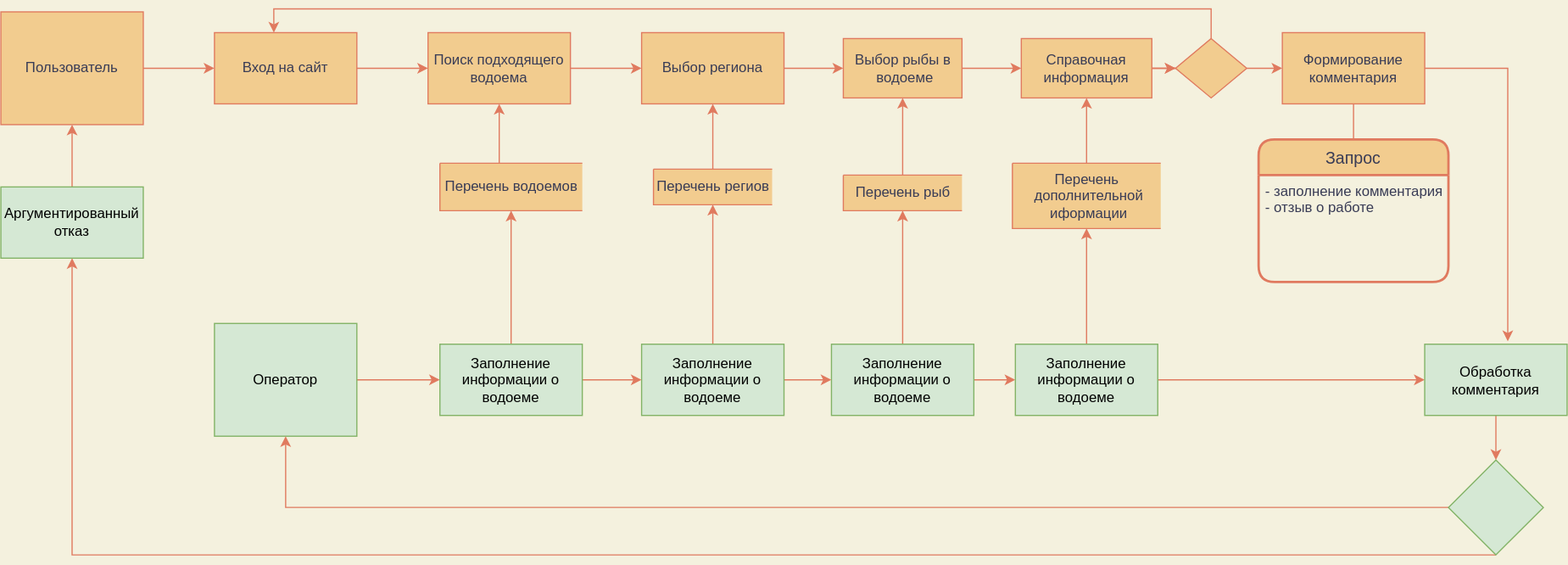
Above: DFD latest.svg in Gsuslov/site (draw.io), before the change. Source tidied: cells renumbered, new cells last; positions are measured from the earlier drawing's top-left corner, leaving out a move shared by most shapes.
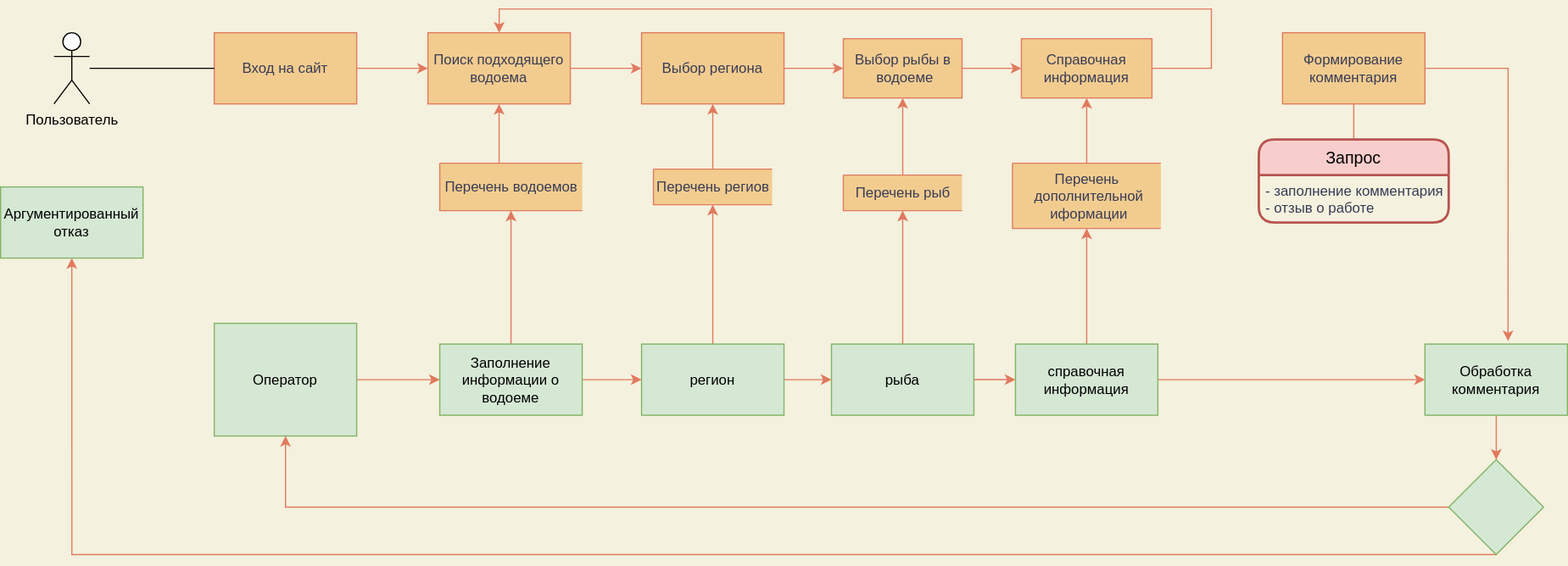
The same file after the commit.

What changed in the source:
```diff
@@ -20,20 +20,15 @@
     <mxCell id="7" value="Выбор региона" style="rounded=0;whiteSpace=wrap;html=1;fillColor=#F2CC8F;strokeColor=#E07A5F;fontColor=#393C56;" parent="1" vertex="1">
       <mxGeometry x="540" y="20" width="120" height="60" as="geometry" />
     </mxCell>
-    <mxCell id="8" style="edgeStyle=orthogonalEdgeStyle;rounded=0;jettySize=auto;html=1;entryX=0.417;entryY=0;entryDx=0;entryDy=0;entryPerimeter=0;labelBackgroundColor=#F4F1DE;strokeColor=#E07A5F;fontColor=#393C56;" parent="1" edge="1" source="10" target="3">
+    <mxCell id="8" style="edgeStyle=orthogonalEdgeStyle;rounded=0;jettySize=auto;html=1;labelBackgroundColor=#F4F1DE;strokeColor=#E07A5F;fontColor=#393C56;" parent="1" edge="1" source="21" target="5">
       <mxGeometry relative="1" as="geometry">
         <Array as="points">
+          <mxPoint x="1020" y="50" />
           <mxPoint x="1020" />
-          <mxPoint x="230" />
+          <mxPoint x="420" />
         </Array>
       </mxGeometry>
     </mxCell>
-    <mxCell id="9" style="edgeStyle=orthogonalEdgeStyle;rounded=0;jettySize=auto;html=1;labelBackgroundColor=#F4F1DE;strokeColor=#E07A5F;fontColor=#393C56;" parent="1" edge="1" source="10" target="42">
-      <mxGeometry relative="1" as="geometry" />
-    </mxCell>
-    <mxCell id="10" style="shape=rhombus;html=1;dashed=0;whitespace=wrap;perimeter=rhombusPerimeter;fillColor=#F2CC8F;strokeColor=#E07A5F;fontColor=#393C56;" parent="1" vertex="1">
-      <mxGeometry x="990" y="25" width="60" height="50" as="geometry" />
-    </mxCell>
     <mxCell id="11" style="edgeStyle=orthogonalEdgeStyle;rounded=0;jettySize=auto;html=1;labelBackgroundColor=#F4F1DE;strokeColor=#E07A5F;fontColor=#393C56;" parent="1" edge="1" target="5">
       <mxGeometry relative="1" as="geometry">
         <mxPoint x="420" y="130" as="sourcePoint" />
@@ -48,24 +43,12 @@
     <mxCell id="14" value="Перечень региов" style="html=1;dashed=0;whitespace=wrap;shape=partialRectangle;right=0;fillColor=#F2CC8F;strokeColor=#E07A5F;fontColor=#393C56;" parent="1" vertex="1">
       <mxGeometry x="550" y="135" width="100" height="30" as="geometry" />
     </mxCell>
-    <mxCell id="15" style="edgeStyle=orthogonalEdgeStyle;rounded=0;jettySize=auto;html=1;labelBackgroundColor=#F4F1DE;strokeColor=#E07A5F;fontColor=#393C56;" parent="1" edge="1" source="16" target="3">
-      <mxGeometry relative="1" as="geometry" />
-    </mxCell>
-    <mxCell id="16" value="Пользователь" style="rounded=0;whiteSpace=wrap;html=1;fillColor=#F2CC8F;strokeColor=#E07A5F;fontColor=#393C56;" parent="1" vertex="1">
-      <mxGeometry y="2.5" width="120" height="95" as="geometry" />
-    </mxCell>
     <mxCell id="17" style="edgeStyle=orthogonalEdgeStyle;rounded=0;jettySize=auto;html=1;labelBackgroundColor=#F4F1DE;strokeColor=#E07A5F;fontColor=#393C56;" parent="1" edge="1" source="18" target="21">
       <mxGeometry relative="1" as="geometry" />
     </mxCell>
     <mxCell id="18" value="Выбор рыбы в&lt;br&gt;&amp;nbsp;водоеме" style="html=1;dashed=0;whitespace=wrap;fillColor=#F2CC8F;strokeColor=#E07A5F;fontColor=#393C56;" parent="1" vertex="1">
       <mxGeometry x="710" y="25" width="100" height="50" as="geometry" />
     </mxCell>
-    <mxCell id="19" style="edgeStyle=orthogonalEdgeStyle;rounded=0;jettySize=auto;html=1;labelBackgroundColor=#F4F1DE;strokeColor=#E07A5F;fontColor=#393C56;" parent="1" edge="1" source="21" target="10">
-      <mxGeometry relative="1" as="geometry" />
-    </mxCell>
-    <mxCell id="20" style="edgeStyle=orthogonalEdgeStyle;rounded=0;jettySize=auto;html=1;labelBackgroundColor=#F4F1DE;strokeColor=#E07A5F;fontColor=#393C56;" parent="1" edge="1" source="21" target="10">
-      <mxGeometry relative="1" as="geometry" />
-    </mxCell>
     <mxCell id="21" value="Справочная информация" style="rounded=0;whiteSpace=wrap;html=1;fillColor=#F2CC8F;strokeColor=#E07A5F;fontColor=#393C56;" parent="1" vertex="1">
       <mxGeometry x="860" y="25" width="110" height="50" as="geometry" />
     </mxCell>
@@ -102,7 +85,7 @@
     <mxCell id="32" style="edgeStyle=orthogonalEdgeStyle;rounded=0;jettySize=auto;html=1;labelBackgroundColor=#F4F1DE;strokeColor=#E07A5F;fontColor=#393C56;" parent="1" edge="1" source="33" target="14">
       <mxGeometry relative="1" as="geometry" />
     </mxCell>
-    <mxCell id="33" value="Заполнение информации о водоеме" style="rounded=0;whiteSpace=wrap;html=1;fillColor=#d5e8d4;strokeColor=#82b366;" parent="1" vertex="1">
+    <mxCell id="33" value="регион" style="rounded=0;whiteSpace=wrap;html=1;fillColor=#d5e8d4;strokeColor=#82b366;" parent="1" vertex="1">
       <mxGeometry x="540" y="282.5" width="120" height="60" as="geometry" />
     </mxCell>
     <mxCell id="34" style="edgeStyle=orthogonalEdgeStyle;rounded=0;jettySize=auto;html=1;labelBackgroundColor=#F4F1DE;strokeColor=#E07A5F;fontColor=#393C56;" parent="1" edge="1" source="36" target="25">
@@ -111,7 +94,7 @@
     <mxCell id="35" style="edgeStyle=orthogonalEdgeStyle;rounded=0;jettySize=auto;html=1;labelBackgroundColor=#F4F1DE;strokeColor=#E07A5F;fontColor=#393C56;" parent="1" edge="1" source="36" target="39">
       <mxGeometry relative="1" as="geometry" />
     </mxCell>
-    <mxCell id="36" value="Заполнение информации о водоеме" style="rounded=0;whiteSpace=wrap;html=1;fillColor=#d5e8d4;strokeColor=#82b366;" parent="1" vertex="1">
+    <mxCell id="36" value="рыба" style="rounded=0;whiteSpace=wrap;html=1;fillColor=#d5e8d4;strokeColor=#82b366;" parent="1" vertex="1">
       <mxGeometry x="700" y="282.5" width="120" height="60" as="geometry" />
     </mxCell>
     <mxCell id="37" style="edgeStyle=orthogonalEdgeStyle;rounded=0;jettySize=auto;html=1;labelBackgroundColor=#F4F1DE;strokeColor=#E07A5F;fontColor=#393C56;" parent="1" edge="1" source="39" target="27">
@@ -120,7 +103,7 @@
     <mxCell id="38" style="edgeStyle=orthogonalEdgeStyle;rounded=0;jettySize=auto;html=1;labelBackgroundColor=#F4F1DE;strokeColor=#E07A5F;fontColor=#393C56;" parent="1" edge="1" source="39" target="46">
       <mxGeometry relative="1" as="geometry" />
     </mxCell>
-    <mxCell id="39" value="Заполнение информации о водоеме" style="rounded=0;whiteSpace=wrap;html=1;fillColor=#d5e8d4;strokeColor=#82b366;" parent="1" vertex="1">
+    <mxCell id="39" value="справочная информация" style="rounded=0;whiteSpace=wrap;html=1;fillColor=#d5e8d4;strokeColor=#82b366;" parent="1" vertex="1">
       <mxGeometry x="855" y="282.5" width="120" height="60" as="geometry" />
     </mxCell>
     <mxCell id="40" style="edgeStyle=orthogonalEdgeStyle;rounded=0;jettySize=auto;html=1;labelBackgroundColor=#F4F1DE;strokeColor=#E07A5F;fontColor=#393C56;" parent="1" edge="1" source="42" target="44">
@@ -134,11 +117,11 @@
     <mxCell id="42" value="Формирование&lt;br&gt;комментария&lt;br&gt;" style="rounded=0;whiteSpace=wrap;html=1;fillColor=#F2CC8F;strokeColor=#E07A5F;fontColor=#393C56;" parent="1" vertex="1">
       <mxGeometry x="1080" y="20" width="120" height="60" as="geometry" />
     </mxCell>
-    <mxCell id="43" value="Запрос" style="swimlane;horizontal=1;startSize=30;rounded=1;fontSize=14;fontStyle=0;strokeWidth=2;shadow=0;dashed=0;align=center;fillColor=#F2CC8F;strokeColor=#E07A5F;fontColor=#393C56;" parent="1" vertex="1">
-      <mxGeometry x="1060" y="110" width="160" height="120" as="geometry" />
+    <mxCell id="43" value="Запрос" style="swimlane;horizontal=1;startSize=30;rounded=1;fontSize=14;fontStyle=0;strokeWidth=2;shadow=0;dashed=0;align=center;fillColor=#f8cecc;strokeColor=#b85450;" parent="1" vertex="1">
+      <mxGeometry x="1060" y="110" width="160" height="70" as="geometry" />
     </mxCell>
     <mxCell id="44" value="- заполнение комментария&#10;- отзыв о работе" style="align=left;strokeColor=none;fillColor=none;spacingLeft=4;fontSize=12;verticalAlign=top;fontColor=#393C56;" parent="43" vertex="1">
-      <mxGeometry y="30" width="160" height="90" as="geometry" />
+      <mxGeometry y="30" width="160" height="40" as="geometry" />
     </mxCell>
     <mxCell id="45" style="edgeStyle=orthogonalEdgeStyle;rounded=0;jettySize=auto;html=1;labelBackgroundColor=#F4F1DE;strokeColor=#E07A5F;fontColor=#393C56;" parent="1" edge="1" source="46" target="49">
       <mxGeometry relative="1" as="geometry" />
@@ -159,11 +142,14 @@
     <mxCell id="49" style="rhombus;whiteSpace=wrap;html=1;fillColor=#d5e8d4;strokeColor=#82b366;" parent="1" vertex="1">
       <mxGeometry x="1220" y="380" width="80" height="80" as="geometry" />
     </mxCell>
-    <mxCell id="50" style="edgeStyle=orthogonalEdgeStyle;rounded=0;jettySize=auto;html=1;labelBackgroundColor=#F4F1DE;strokeColor=#E07A5F;fontColor=#393C56;" parent="1" edge="1" source="51" target="16">
-      <mxGeometry relative="1" as="geometry" />
-    </mxCell>
     <mxCell id="51" value="Аргументированный отказ&lt;br&gt;" style="rounded=0;whiteSpace=wrap;html=1;fillColor=#d5e8d4;strokeColor=#82b366;" parent="1" vertex="1">
       <mxGeometry y="150" width="120" height="60" as="geometry" />
     </mxCell>
+    <mxCell id="15" style="rounded=0;jettySize=auto;html=1;endArrow=none;endFill=0;" parent="1" edge="1" source="16" target="3">
+      <mxGeometry relative="1" as="geometry" />
+    </mxCell>
+    <mxCell id="16" value="Пользователь" style="shape=umlActor;verticalLabelPosition=bottom;verticalAlign=top;html=1;outlineConnect=0;" parent="1" vertex="1">
+      <mxGeometry x="45" y="20" width="30" height="60" as="geometry" />
+    </mxCell>
   </root>
 </mxGraphModel>
```
